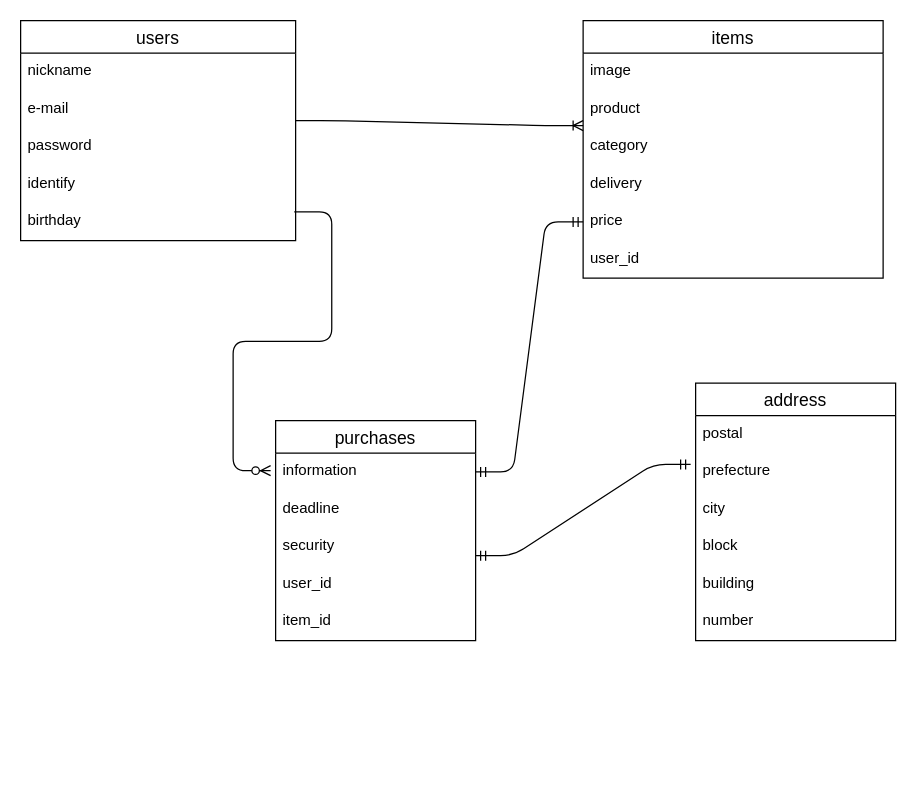
Above: test.dio in sugastreet22/furima-32555 (draw.io), before the change. Source tidied: cells renumbered, new cells numbered last; positions are measured from the earlier drawing's top-left corner, leaving out a move shared by most shapes. Both pictures are drawn from the tidied source at 125%, with x=0, y=0 at pixel (20, 20).
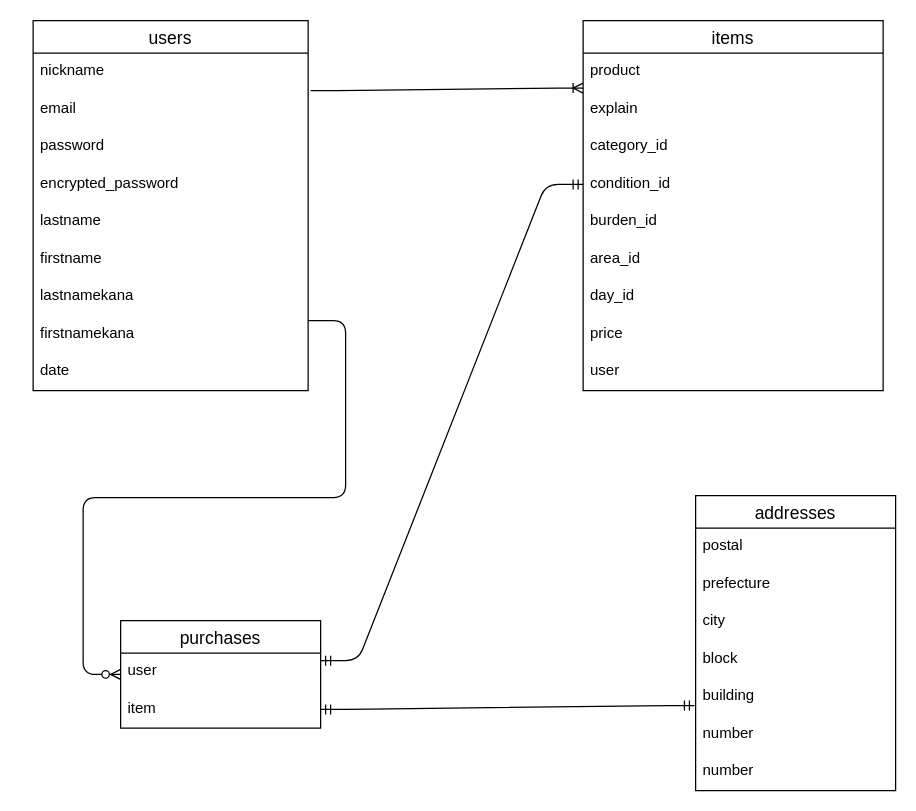
Above is the later version.

The change refers to these unchanged cells:
```xml
<mxCell id="26" value="prefecture" style="text;strokeColor=none;fillColor=none;spacingLeft=4;spacingRight=4;overflow=hidden;points=[[0,0.5],[1,0.5]];portConstraint=eastwest;fontSize=12;" parent="24" vertex="1">
  <mxGeometry y="56" width="160" height="30" as="geometry" />
</mxCell>
<mxCell id="29" value="building" style="text;strokeColor=none;fillColor=none;spacingLeft=4;spacingRight=4;overflow=hidden;points=[[0,0.5],[1,0.5]];portConstraint=eastwest;fontSize=12;" parent="24" vertex="1">
  <mxGeometry y="146" width="160" height="30" as="geometry" />
</mxCell>
```

The edit, as a diff of the source:
```diff
@@
     <mxCell id="2" value="users" style="swimlane;fontStyle=0;horizontal=1;startSize=26;align=center;fontSize=14;" parent="1" vertex="1">
-      <mxGeometry width="220" height="176" as="geometry" />
+      <mxGeometry x="10" width="220" height="296" as="geometry" />
     </mxCell>
@@
-    <mxCell id="4" value="e-mail" style="text;strokeColor=none;fillColor=none;spacingLeft=4;spacingRight=4;overflow=hidden;points=[[0,0.5],[1,0.5]];portConstraint=eastwest;fontSize=12;" parent="2" vertex="1">
+    <mxCell id="4" value="email" style="text;strokeColor=none;fillColor=none;spacingLeft=4;spacingRight=4;overflow=hidden;points=[[0,0.5],[1,0.5]];portConstraint=eastwest;fontSize=12;" parent="2" vertex="1">
       <mxGeometry y="56" width="220" height="30" as="geometry" />
     </mxCell>
@@
-    <mxCell id="6" value="identify" style="text;strokeColor=none;fillColor=none;spacingLeft=4;spacingRight=4;overflow=hidden;fontSize=12;" parent="2" vertex="1">
+    <mxCell id="6" value="encrypted_password" style="text;strokeColor=none;fillColor=none;spacingLeft=4;spacingRight=4;overflow=hidden;fontSize=12;" parent="2" vertex="1">
       <mxGeometry y="116" width="220" height="30" as="geometry" />
     </mxCell>
-    <mxCell id="7" value="birthday" style="text;strokeColor=none;fillColor=none;spacingLeft=4;spacingRight=4;overflow=hidden;points=[[0,0.5],[1,0.5]];portConstraint=eastwest;fontSize=12;" parent="2" vertex="1">
+    <mxCell id="7" value="lastname" style="text;strokeColor=none;fillColor=none;spacingLeft=4;spacingRight=4;overflow=hidden;points=[[0,0.5],[1,0.5]];portConstraint=eastwest;fontSize=12;" parent="2" vertex="1">
       <mxGeometry y="146" width="220" height="30" as="geometry" />
     </mxCell>
+    <mxCell id="32" value="firstname" style="text;strokeColor=none;fillColor=none;spacingLeft=4;spacingRight=4;overflow=hidden;fontSize=12;" parent="2" vertex="1">
+      <mxGeometry y="176" width="220" height="30" as="geometry" />
+    </mxCell>
+    <mxCell id="33" value="lastnamekana" style="text;strokeColor=none;fillColor=none;spacingLeft=4;spacingRight=4;overflow=hidden;fontSize=12;" parent="2" vertex="1">
+      <mxGeometry y="206" width="220" height="30" as="geometry" />
+    </mxCell>
+    <mxCell id="34" value="firstnamekana" style="text;strokeColor=none;fillColor=none;spacingLeft=4;spacingRight=4;overflow=hidden;fontSize=12;" parent="2" vertex="1">
+      <mxGeometry y="236" width="220" height="30" as="geometry" />
+    </mxCell>
+    <mxCell id="35" value="date" style="text;strokeColor=none;fillColor=none;spacingLeft=4;spacingRight=4;overflow=hidden;fontSize=12;" parent="2" vertex="1">
+      <mxGeometry y="266" width="220" height="30" as="geometry" />
+    </mxCell>
     <mxCell id="8" value="items" style="swimlane;fontStyle=0;horizontal=1;startSize=26;align=center;fontSize=14;" parent="1" vertex="1">
-      <mxGeometry x="450" width="240" height="206" as="geometry" />
+      <mxGeometry x="450" width="240" height="296" as="geometry" />
     </mxCell>
-    <mxCell id="9" value="image" style="text;strokeColor=none;fillColor=none;spacingLeft=4;spacingRight=4;overflow=hidden;fontSize=12;" parent="8" vertex="1">
-      <mxGeometry y="26" width="240" height="30" as="geometry" />
-    </mxCell>
     <mxCell id="10" value="product" style="text;strokeColor=none;fillColor=none;spacingLeft=4;spacingRight=4;overflow=hidden;points=[[0,0.5],[1,0.5]];portConstraint=eastwest;fontSize=12;" parent="8" vertex="1">
-      <mxGeometry y="56" width="240" height="30" as="geometry" />
+      <mxGeometry y="26" width="240" height="30" as="geometry" />
     </mxCell>
-    <mxCell id="11" value="category" style="text;strokeColor=none;fillColor=none;spacingLeft=4;spacingRight=4;overflow=hidden;fontSize=12;" parent="8" vertex="1">
-      <mxGeometry y="86" width="240" height="30" as="geometry" />
+    <mxCell id="11" value="explain" style="text;strokeColor=none;fillColor=none;spacingLeft=4;spacingRight=4;overflow=hidden;fontSize=12;" parent="8" vertex="1">
+      <mxGeometry y="56" width="240" height="30" as="geometry" />
     </mxCell>
-    <mxCell id="12" value="delivery" style="text;strokeColor=none;fillColor=none;spacingLeft=4;spacingRight=4;overflow=hidden;fontSize=12;" parent="8" vertex="1">
-      <mxGeometry y="116" width="240" height="30" as="geometry" />
+    <mxCell id="12" value="category_id" style="text;strokeColor=none;fillColor=none;spacingLeft=4;spacingRight=4;overflow=hidden;fontSize=12;" parent="8" vertex="1">
+      <mxGeometry y="86" width="240" height="30" as="geometry" />
     </mxCell>
-    <mxCell id="13" value="price" style="text;strokeColor=none;fillColor=none;spacingLeft=4;spacingRight=4;overflow=hidden;points=[[0,0.5],[1,0.5]];portConstraint=eastwest;fontSize=12;" parent="8" vertex="1">
-      <mxGeometry y="146" width="240" height="30" as="geometry" />
+    <mxCell id="13" value="condition_id" style="text;strokeColor=none;fillColor=none;spacingLeft=4;spacingRight=4;overflow=hidden;points=[[0,0.5],[1,0.5]];portConstraint=eastwest;fontSize=12;" parent="8" vertex="1">
+      <mxGeometry y="116" width="240" height="30" as="geometry" />
     </mxCell>
-    <mxCell id="14" value="user_id" style="text;strokeColor=none;fillColor=none;spacingLeft=4;spacingRight=4;overflow=hidden;fontSize=12;" parent="8" vertex="1">
-      <mxGeometry y="176" width="240" height="30" as="geometry" />
+    <mxCell id="14" value="burden_id" style="text;strokeColor=none;fillColor=none;spacingLeft=4;spacingRight=4;overflow=hidden;fontSize=12;" parent="8" vertex="1">
+      <mxGeometry y="146" width="240" height="30" as="geometry" />
     </mxCell>
+    <mxCell id="36" value="area_id" style="text;strokeColor=none;fillColor=none;spacingLeft=4;spacingRight=4;overflow=hidden;fontSize=12;" parent="8" vertex="1">
+      <mxGeometry y="176" width="240" height="30" as="geometry" />
+    </mxCell>
+    <mxCell id="37" value="day_id" style="text;strokeColor=none;fillColor=none;spacingLeft=4;spacingRight=4;overflow=hidden;fontSize=12;" parent="8" vertex="1">
+      <mxGeometry y="206" width="240" height="30" as="geometry" />
+    </mxCell>
+    <mxCell id="38" value="price" style="text;strokeColor=none;fillColor=none;spacingLeft=4;spacingRight=4;overflow=hidden;fontSize=12;" parent="8" vertex="1">
+      <mxGeometry y="236" width="240" height="30" as="geometry" />
+    </mxCell>
+    <mxCell id="39" value="user" style="text;strokeColor=none;fillColor=none;spacingLeft=4;spacingRight=4;overflow=hidden;fontSize=12;" parent="8" vertex="1">
+      <mxGeometry y="266" width="240" height="30" as="geometry" />
+    </mxCell>
     <mxCell id="15" value="purchases" style="swimlane;fontStyle=0;horizontal=1;startSize=26;align=center;fontSize=14;" parent="1" vertex="1">
-      <mxGeometry x="204" y="320" width="160" height="176" as="geometry" />
+      <mxGeometry x="80" y="480" width="160" height="86" as="geometry" />
     </mxCell>
-    <mxCell id="16" value="information" style="text;strokeColor=none;fillColor=none;spacingLeft=4;spacingRight=4;overflow=hidden;points=[[0,0.5],[1,0.5]];portConstraint=eastwest;fontSize=12;" parent="15" vertex="1">
-      <mxGeometry y="26" width="160" height="30" as="geometry" />
-    </mxCell>
-    <mxCell id="17" value="deadline" style="text;strokeColor=none;fillColor=none;spacingLeft=4;spacingRight=4;overflow=hidden;fontSize=12;" parent="15" vertex="1">
-      <mxGeometry y="56" width="160" height="30" as="geometry" />
-    </mxCell>
-    <mxCell id="18" value="security" style="text;strokeColor=none;fillColor=none;spacingLeft=4;spacingRight=4;overflow=hidden;fontSize=12;" parent="15" vertex="1">
-      <mxGeometry y="86" width="160" height="30" as="geometry" />
-    </mxCell>
-    <mxCell id="19" value="user_id" style="text;strokeColor=none;fillColor=none;spacingLeft=4;spacingRight=4;overflow=hidden;fontSize=12;" parent="15" vertex="1">
-      <mxGeometry y="116" width="160" height="30" as="geometry" />
+    <mxCell id="19" value="user" style="text;strokeColor=none;fillColor=none;spacingLeft=4;spacingRight=4;overflow=hidden;fontSize=12;" parent="15" vertex="1">
+      <mxGeometry y="26" width="160" height="30" as="geometry" />
     </mxCell>
-    <mxCell id="20" value="item_id" style="text;strokeColor=none;fillColor=none;spacingLeft=4;spacingRight=4;overflow=hidden;points=[[0,0.5],[1,0.5]];portConstraint=eastwest;fontSize=12;" parent="15" vertex="1">
-      <mxGeometry y="146" width="160" height="30" as="geometry" />
+    <mxCell id="20" value="item" style="text;strokeColor=none;fillColor=none;spacingLeft=4;spacingRight=4;overflow=hidden;points=[[0,0.5],[1,0.5]];portConstraint=eastwest;fontSize=12;" parent="15" vertex="1">
+      <mxGeometry y="56" width="160" height="30" as="geometry" />
     </mxCell>
-    <mxCell id="21" style="edgeStyle=entityRelationEdgeStyle;fontSize=12;html=1;endArrow=ERoneToMany;entryX=0;entryY=0.933;entryDx=0;entryDy=0;entryPerimeter=0;" parent="1" edge="1" target="10">
-      <mxGeometry relative="1" as="geometry">
-        <mxPoint x="220" y="80" as="sourcePoint" />
-      </mxGeometry>
+    <mxCell id="21" style="edgeStyle=entityRelationEdgeStyle;fontSize=12;html=1;endArrow=ERoneToMany;entryX=0;entryY=0.933;entryDx=0;entryDy=0;entryPerimeter=0;exitX=1.009;exitY=0;exitDx=0;exitDy=0;exitPerimeter=0;" parent="1" edge="1" source="4" target="10">
+      <mxGeometry relative="1" as="geometry" />
     </mxCell>
-    <mxCell id="22" style="edgeStyle=entityRelationEdgeStyle;fontSize=12;html=1;endArrow=ERzeroToMany;endFill=1;exitX=0.995;exitY=0.233;exitDx=0;exitDy=0;exitPerimeter=0;" parent="1" edge="1" source="7">
+    <mxCell id="22" style="edgeStyle=entityRelationEdgeStyle;fontSize=12;html=1;endArrow=ERzeroToMany;endFill=1;" parent="1" edge="1">
       <mxGeometry relative="1" as="geometry">
-        <mxPoint x="200" y="360" as="targetPoint" />
+        <mxPoint x="230" y="240" as="sourcePoint" />
+        <mxPoint x="80" y="523" as="targetPoint" />
       </mxGeometry>
     </mxCell>
-    <mxCell id="23" style="edgeStyle=entityRelationEdgeStyle;fontSize=12;html=1;endArrow=ERmandOne;startArrow=ERmandOne;exitX=1;exitY=0.5;exitDx=0;exitDy=0;entryX=0;entryY=0.5;entryDx=0;entryDy=0;" parent="1" edge="1" source="16" target="13">
-      <mxGeometry relative="1" as="geometry" />
+    <mxCell id="23" style="edgeStyle=entityRelationEdgeStyle;fontSize=12;html=1;endArrow=ERmandOne;startArrow=ERmandOne;entryX=0;entryY=0.5;entryDx=0;entryDy=0;" parent="1" edge="1" target="13">
+      <mxGeometry relative="1" as="geometry">
+        <mxPoint x="240" y="512" as="sourcePoint" />
+      </mxGeometry>
     </mxCell>
-    <mxCell id="24" value="address" style="swimlane;fontStyle=0;horizontal=1;startSize=26;align=center;fontSize=14;" parent="1" vertex="1">
-      <mxGeometry x="540" y="290" width="160" height="206" as="geometry" />
+    <mxCell id="24" value="addresses" style="swimlane;fontStyle=0;horizontal=1;startSize=26;align=center;fontSize=14;" parent="1" vertex="1">
+      <mxGeometry x="540" y="380" width="160" height="236" as="geometry" />
     </mxCell>
@@
+    <mxCell id="40" value="number" style="text;strokeColor=none;fillColor=none;spacingLeft=4;spacingRight=4;overflow=hidden;fontSize=12;" parent="24" vertex="1">
+      <mxGeometry y="206" width="160" height="30" as="geometry" />
+    </mxCell>
-    <mxCell id="31" style="edgeStyle=entityRelationEdgeStyle;fontSize=12;html=1;endArrow=ERmandOne;startArrow=ERmandOne;entryX=-0.025;entryY=0.3;entryDx=0;entryDy=0;entryPerimeter=0;" parent="1" edge="1" target="26">
-      <mxGeometry relative="1" as="geometry">
-        <mxPoint x="364" y="428" as="sourcePoint" />
-      </mxGeometry>
+    <mxCell id="31" style="edgeStyle=entityRelationEdgeStyle;fontSize=12;html=1;endArrow=ERmandOne;startArrow=ERmandOne;exitX=1;exitY=0.5;exitDx=0;exitDy=0;entryX=-0.006;entryY=0.733;entryDx=0;entryDy=0;entryPerimeter=0;" parent="1" edge="1" source="20" target="29">
+      <mxGeometry relative="1" as="geometry" />
     </mxCell>
```
